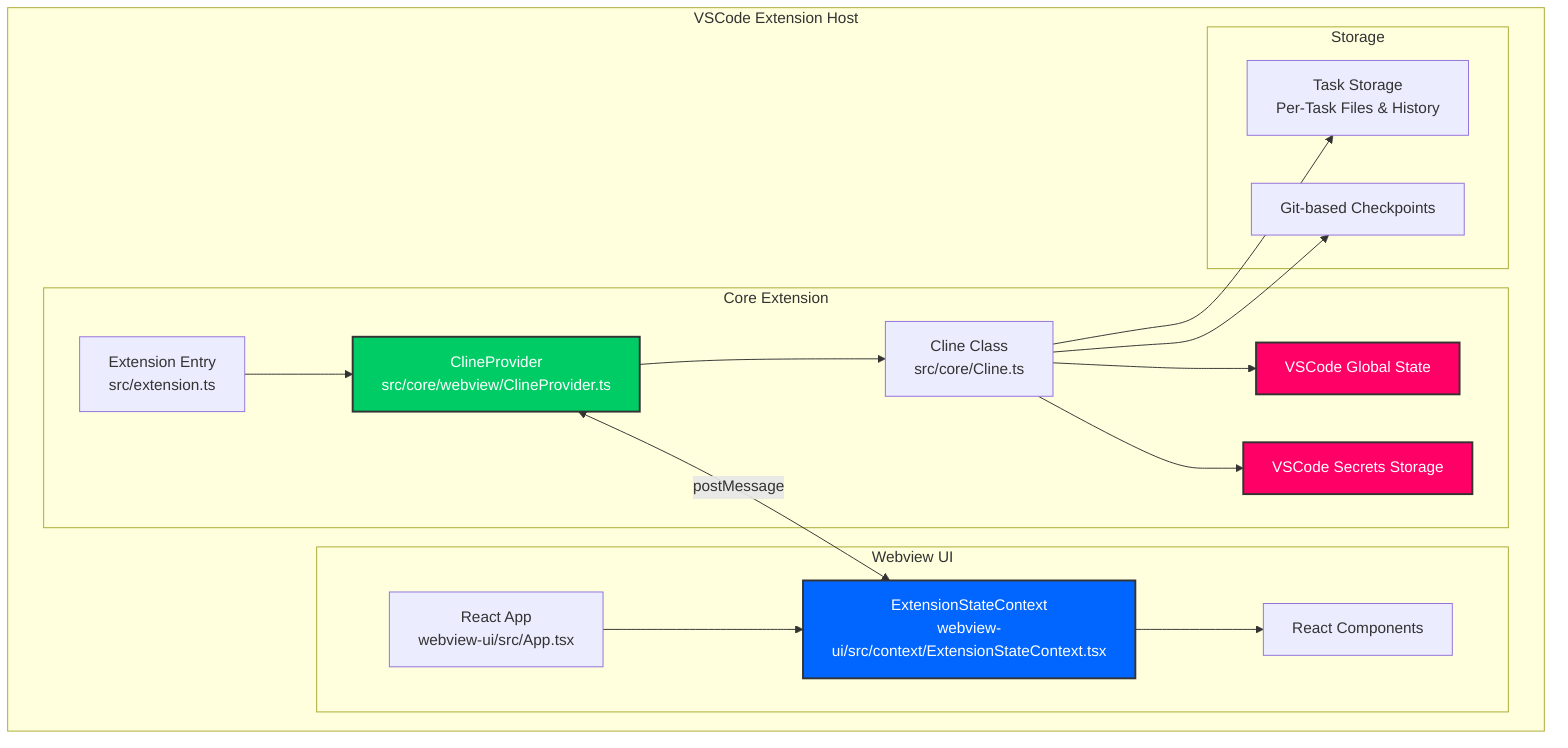
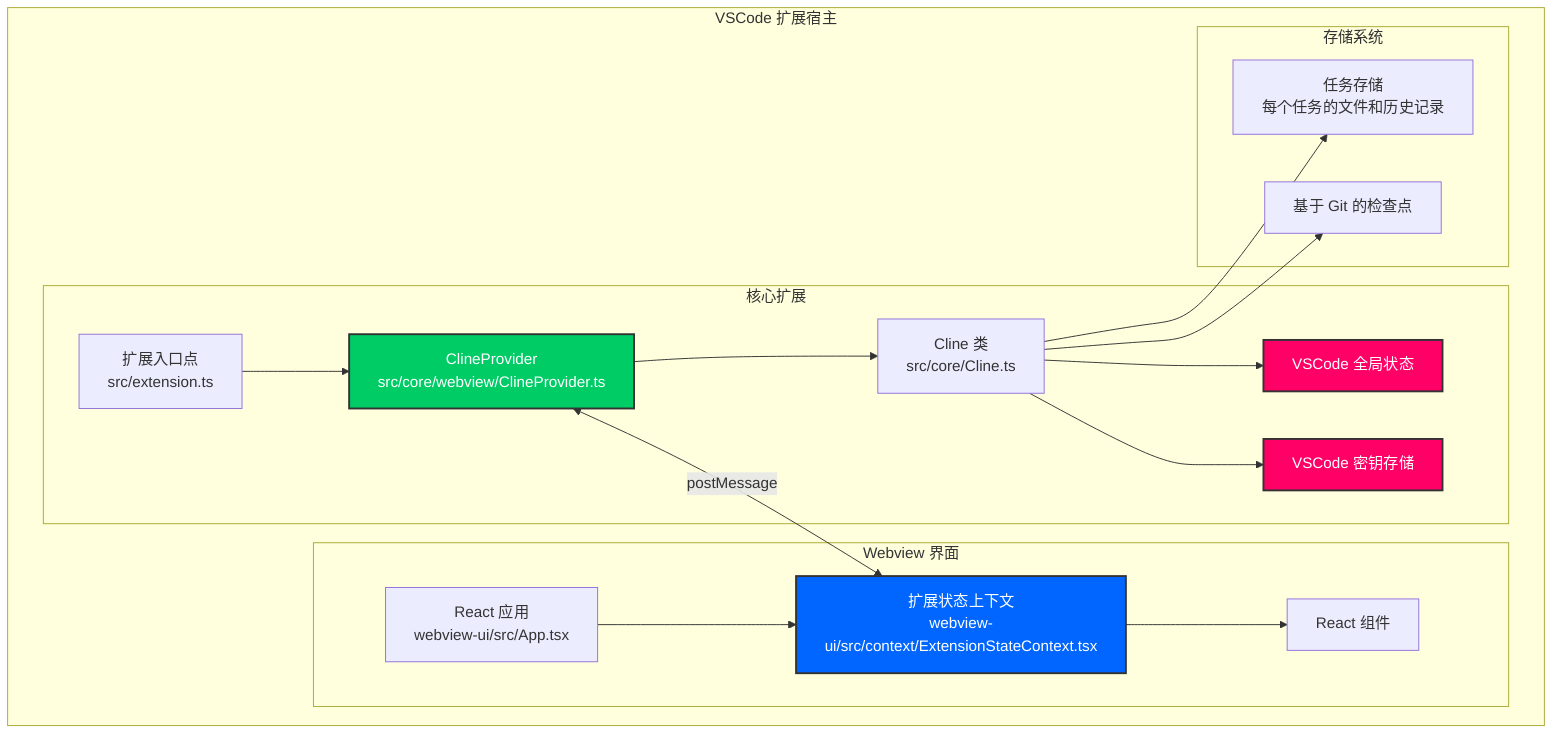
graph TB
-     subgraph VSCode Extension Host
-         subgraph Core Extension
-             ExtensionEntry[Extension Entry<br/>src/extension.ts]
+     subgraph VSCode 扩展宿主
+         subgraph 核心扩展
+             ExtensionEntry[扩展入口点<br/>src/extension.ts]
            ClineProvider[ClineProvider<br/>src/core/webview/ClineProvider.ts]
-             ClineClass[Cline Class<br/>src/core/Cline.ts]
-             GlobalState[VSCode Global State]
-             SecretsStorage[VSCode Secrets Storage]
+             ClineClass[Cline 类<br/>src/core/Cline.ts]
+             GlobalState[VSCode 全局状态]
+             SecretsStorage[VSCode 密钥存储]
        end

-         subgraph Webview UI
-             WebviewApp[React App<br/>webview-ui/src/App.tsx]
-             ExtStateContext[ExtensionStateContext<br/>webview-ui/src/context/ExtensionStateContext.tsx]
-             ReactComponents[React Components]
+         subgraph Webview 界面
+             WebviewApp[React 应用<br/>webview-ui/src/App.tsx]
+             ExtStateContext[扩展状态上下文<br/>webview-ui/src/context/ExtensionStateContext.tsx]
+             ReactComponents[React 组件]
        end

-         subgraph Storage
-             TaskStorage[Task Storage<br/>Per-Task Files & History]
-             CheckpointSystem[Git-based Checkpoints]
+         subgraph 存储系统
+             TaskStorage[任务存储<br/>每个任务的文件和历史记录]
+             CheckpointSystem[基于 Git 的检查点]
        end
    end

-     %% Core Extension Data Flow
+     %% 核心扩展数据流
    ExtensionEntry --> ClineProvider
    ClineProvider --> ClineClass
    ClineClass --> GlobalState
    ClineClass --> SecretsStorage
    ClineClass --> TaskStorage
    ClineClass --> CheckpointSystem

-     %% Webview Data Flow
+     %% Webview 数据流
    WebviewApp --> ExtStateContext
    ExtStateContext --> ReactComponents

-     %% Bidirectional Communication
+     %% 双向通信
    ClineProvider <-->|postMessage| ExtStateContext

    style GlobalState fill:#ff0066,stroke:#333,stroke-width:2px,color:#ffffff
    style SecretsStorage fill:#ff0066,stroke:#333,stroke-width:2px,color:#ffffff
    style ExtStateContext fill:#0066ff,stroke:#333,stroke-width:2px,color:#ffffff
-     style ClineProvider fill:#00cc66,stroke:#333,stroke-width:2px,color:#ffffff
+     style ClineProvider fill:#00cc66,stroke:#333,stroke-width:2px,color:#ffffff